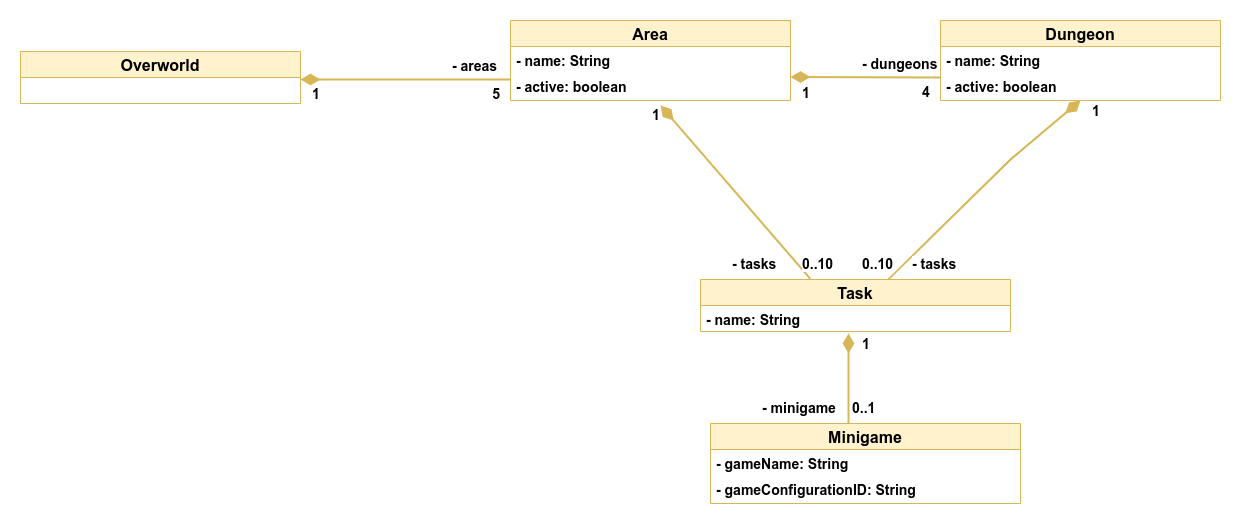
This is dev-manuals/services/overworld/class-diagram/overworld-class-digram.png from Gamify-IT/docs, a draw.io export, as it was before one commit. Source tidied: cells renumbered, new cells last; positions are measured from the earlier drawing's top-left corner, leaving out a move shared by most shapes.
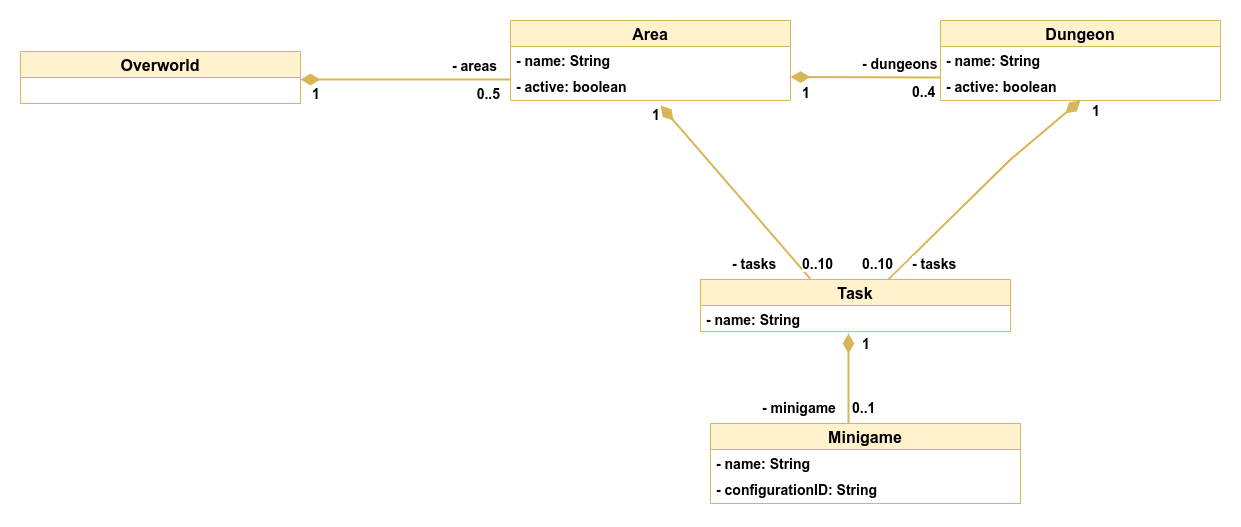
After the commit.

What changed in the source:
```diff
@@ -14,7 +14,7 @@
     <mxCell id="5" value="- active: boolean" style="text;strokeColor=none;fillColor=none;align=left;verticalAlign=top;spacingLeft=4;spacingRight=4;overflow=hidden;points=[[0,0.5],[1,0.5]];portConstraint=eastwest;fontStyle=1;fontSize=14;" parent="3" vertex="1">
       <mxGeometry y="52" width="280" height="28" as="geometry" />
     </mxCell>
-    <mxCell id="6" value="5" style="html=1;align=right;verticalAlign=top;labelBackgroundColor=#ffffff;fontSize=14;fontStyle=1;" parent="1" vertex="1">
+    <mxCell id="6" value="0..5" style="html=1;align=right;verticalAlign=top;labelBackgroundColor=#ffffff;fontSize=14;fontStyle=1;" parent="1" vertex="1">
       <mxGeometry x="480" y="59" as="geometry" />
     </mxCell>
     <mxCell id="7" style="endArrow=none;html=1;endSize=12;startArrow=diamondThin;startSize=14;startFill=1;strokeWidth=2;fontSize=14;fillColor=#fff2cc;strokeColor=#d6b656;endFill=0;fontStyle=1;rounded=0;" parent="1" edge="1">
@@ -51,8 +51,8 @@
         <mxPoint x="10" y="1" as="offset" />
       </mxGeometry>
     </mxCell>
-    <mxCell id="14" value="4" style="html=1;align=left;verticalAlign=top;labelBackgroundColor=#ffffff;fontSize=14;fontStyle=1;" parent="1" vertex="1">
-      <mxGeometry x="900" y="57" as="geometry" />
+    <mxCell id="14" value="0..4" style="html=1;align=left;verticalAlign=top;labelBackgroundColor=#ffffff;fontSize=14;fontStyle=1;" parent="1" vertex="1">
+      <mxGeometry x="890" y="57" as="geometry" />
     </mxCell>
     <mxCell id="15" value="&lt;div style=&quot;text-align: right&quot;&gt;&lt;font face=&quot;helvetica&quot;&gt;&lt;span style=&quot;font-size: 14px ; background-color: rgb(255 , 255 , 255)&quot;&gt;&lt;b&gt;- areas&lt;/b&gt;&lt;/span&gt;&lt;/font&gt;&lt;/div&gt;" style="text;whiteSpace=wrap;html=1;" parent="1" vertex="1">
       <mxGeometry x="430" y="31" width="120" height="30" as="geometry" />
@@ -99,10 +99,10 @@
     <mxCell id="26" value="Minigame" style="swimlane;fontStyle=1;horizontal=1;startSize=26;fillColor=#fff2cc;strokeColor=#d6b656;fontSize=16;" parent="1" vertex="1">
       <mxGeometry x="690" y="403" width="310" height="80" as="geometry" />
     </mxCell>
-    <mxCell id="27" value="- gameName: String" style="text;strokeColor=none;fillColor=none;align=left;verticalAlign=top;spacingLeft=4;spacingRight=4;overflow=hidden;fontStyle=1;fontSize=14;" parent="26" vertex="1">
+    <mxCell id="27" value="- name: String" style="text;strokeColor=none;fillColor=none;align=left;verticalAlign=top;spacingLeft=4;spacingRight=4;overflow=hidden;fontStyle=1;fontSize=14;" parent="26" vertex="1">
       <mxGeometry y="26" width="310" height="26" as="geometry" />
     </mxCell>
-    <mxCell id="28" value="- gameConfigurationID: String" style="text;strokeColor=none;fillColor=none;align=left;verticalAlign=top;spacingLeft=4;spacingRight=4;overflow=hidden;fontStyle=1;fontSize=14;" parent="26" vertex="1">
+    <mxCell id="28" value="- configurationID: String" style="text;strokeColor=none;fillColor=none;align=left;verticalAlign=top;spacingLeft=4;spacingRight=4;overflow=hidden;fontStyle=1;fontSize=14;" parent="26" vertex="1">
       <mxGeometry y="52" width="310" height="28" as="geometry" />
     </mxCell>
     <mxCell id="29" style="endArrow=none;html=1;endSize=12;startArrow=diamondThin;startSize=14;startFill=1;strokeWidth=2;fontSize=14;fillColor=#fff2cc;strokeColor=#d6b656;endFill=0;fontStyle=1;rounded=0;entryX=0.607;entryY=-0.007;entryDx=0;entryDy=0;entryPerimeter=0;" parent="1" edge="1">
```
